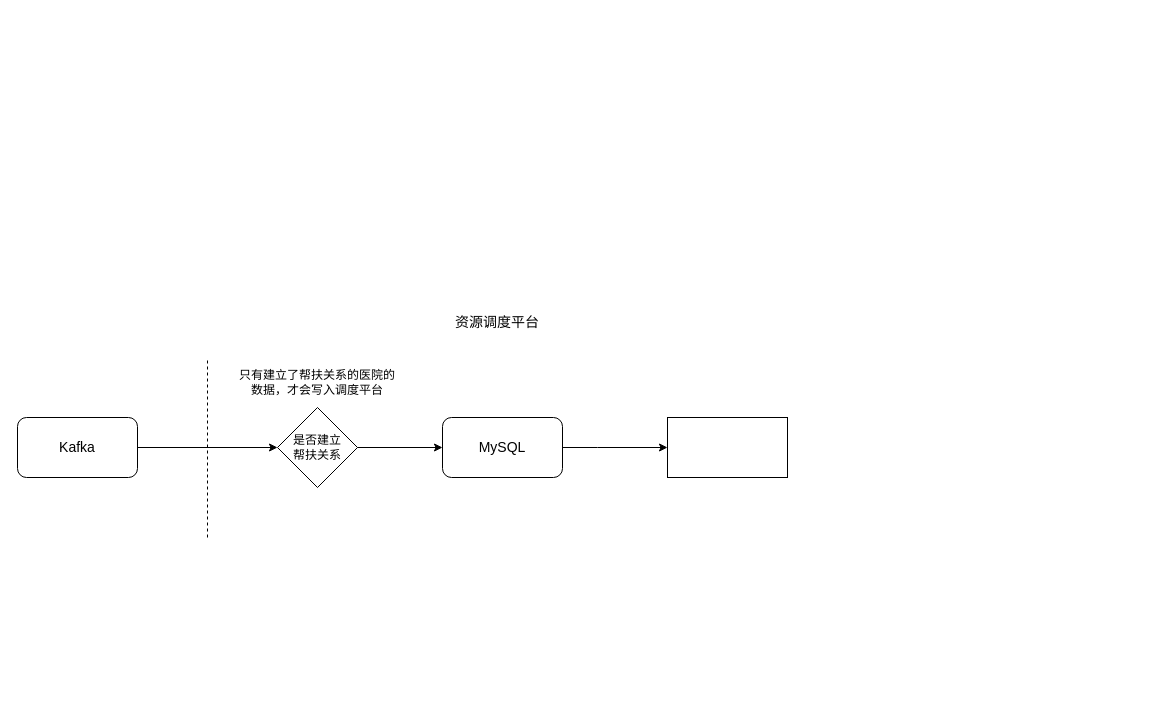
Earlier version of the draw.io diagram draw/未命名绘图.drawio (upsideDownBird/saul). Source tidied: cells renumbered, new cells numbered last; positions are measured from the earlier drawing's top-left corner, leaving out a move shared by most shapes. Both pictures are drawn from the tidied source at 100%, with x=0, y=0 at pixel (17, 307).
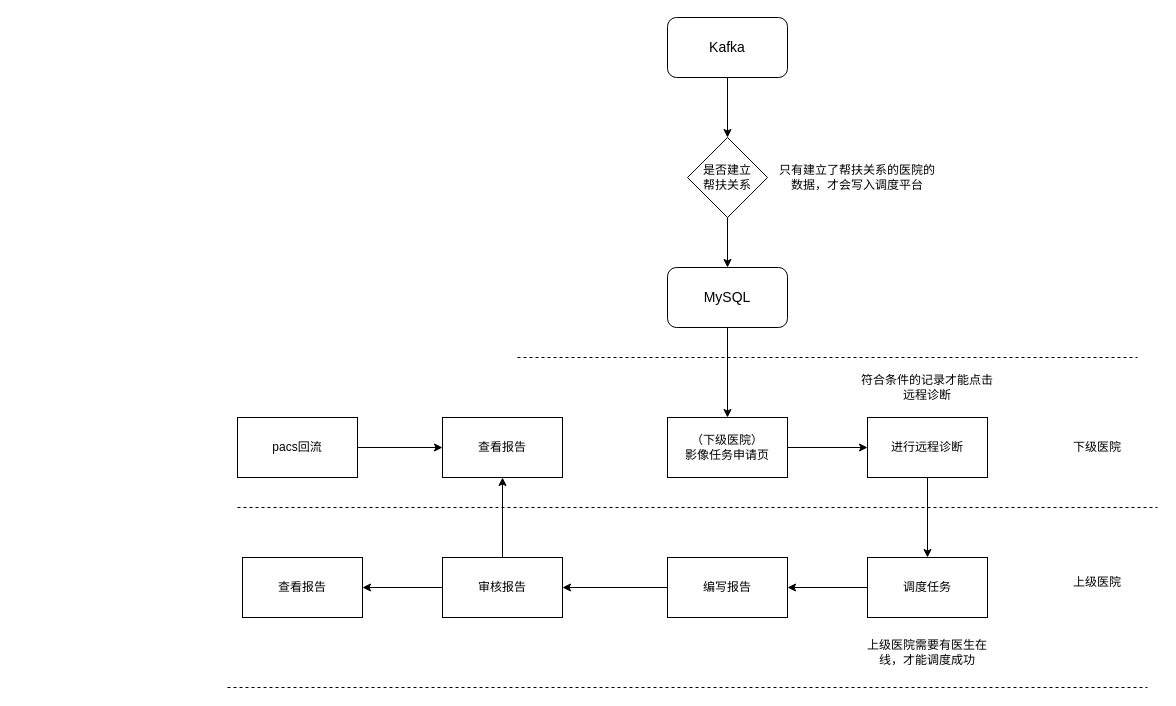
After the change.

Commit message:
更新未命名绘图.drawio

Change to the diagram source:
```diff
@@
-    <mxCell id="2" style="edgeStyle=orthogonalEdgeStyle;rounded=0;jettySize=auto;html=1;entryX=0;entryY=0.5;entryDx=0;entryDy=0;" parent="1" edge="1" source="3" target="7">
+    <mxCell id="2" style="edgeStyle=orthogonalEdgeStyle;rounded=0;jettySize=auto;html=1;" parent="1" edge="1" source="3" target="7">
       <mxGeometry relative="1" as="geometry" />
     </mxCell>
     <mxCell id="3" value="Kafka" style="rounded=1;whiteSpace=wrap;html=1;fontSize=14;" parent="1" vertex="1">
-      <mxGeometry y="110" width="120" height="60" as="geometry" />
+      <mxGeometry x="650" y="-290" width="120" height="60" as="geometry" />
     </mxCell>
+    <mxCell id="11" style="edgeStyle=orthogonalEdgeStyle;rounded=0;jettySize=auto;html=1;" parent="1" edge="1" source="4" target="10">
+      <mxGeometry relative="1" as="geometry" />
+    </mxCell>
     <mxCell id="4" value="MySQL" style="rounded=1;whiteSpace=wrap;html=1;fontSize=14;" parent="1" vertex="1">
-      <mxGeometry x="425" y="110" width="120" height="60" as="geometry" />
+      <mxGeometry x="650" y="-40" width="120" height="60" as="geometry" />
     </mxCell>
     <mxCell id="5" style="endArrow=none;dashed=1;html=1;rounded=0;" parent="1" edge="1">
       <mxGeometry relative="1" as="geometry">
-        <mxPoint x="190" y="230" as="sourcePoint" />
-        <mxPoint x="190" y="50" as="targetPoint" />
+        <mxPoint x="500" y="50" as="sourcePoint" />
+        <mxPoint x="1120" y="50" as="targetPoint" />
       </mxGeometry>
     </mxCell>
-    <mxCell id="6" value="资源调度平台" style="text;html=1;strokeColor=none;fillColor=none;align=center;verticalAlign=middle;whiteSpace=wrap;rounded=0;fontSize=14;" parent="1" vertex="1">
-      <mxGeometry x="425" width="110" height="30" as="geometry" />
-    </mxCell>
     <mxCell id="7" value="是否建立&lt;br&gt;帮扶关系" style="rhombus;whiteSpace=wrap;html=1;" parent="1" vertex="1">
-      <mxGeometry x="260" y="100" width="80" height="80" as="geometry" />
+      <mxGeometry x="670" y="-170" width="80" height="80" as="geometry" />
     </mxCell>
     <mxCell id="8" value="只有建立了帮扶关系的医院的数据，才会写入调度平台" style="text;html=1;strokeColor=none;fillColor=none;align=center;verticalAlign=middle;whiteSpace=wrap;rounded=0;" parent="1" vertex="1">
-      <mxGeometry x="220" y="60" width="160" height="30" as="geometry" />
+      <mxGeometry x="760" y="-145" width="160" height="30" as="geometry" />
     </mxCell>
-    <mxCell id="9" style="endArrow=classic;html=1;rounded=0;exitX=1;exitY=0.5;exitDx=0;exitDy=0;entryX=0;entryY=0.5;entryDx=0;entryDy=0;" parent="1" edge="1" source="7" target="4">
+    <mxCell id="9" style="endArrow=classic;html=1;rounded=0;exitX=0.5;exitY=1;exitDx=0;exitDy=0;entryX=0.5;entryY=0;entryDx=0;entryDy=0;" parent="1" edge="1" source="7" target="4">
       <mxGeometry relative="1" as="geometry" />
     </mxCell>
+    <mxCell id="12" style="edgeStyle=orthogonalEdgeStyle;rounded=0;jettySize=auto;html=1;" parent="1" edge="1" source="10" target="14">
+      <mxGeometry relative="1" as="geometry" />
+    </mxCell>
-    <mxCell id="10" style="rounded=0;whiteSpace=wrap;html=1;" parent="1" vertex="1">
+    <mxCell id="10" value="（下级医院）&lt;br&gt;影像任务申请页" style="rounded=0;whiteSpace=wrap;html=1;" parent="1" vertex="1">
       <mxGeometry x="650" y="110" width="120" height="60" as="geometry" />
     </mxCell>
-    <mxCell id="11" style="endArrow=classic;html=1;rounded=0;exitX=1;exitY=0.5;exitDx=0;exitDy=0;entryX=0;entryY=0.5;entryDx=0;entryDy=0;" parent="1" edge="1" source="4" target="10">
-      <mxGeometry relative="1" as="geometry">
-        <Array as="points">
-          <mxPoint x="580" y="140" />
-        </Array>
-      </mxGeometry>
-    </mxCell>
+    <mxCell id="13" style="edgeStyle=orthogonalEdgeStyle;rounded=0;jettySize=auto;html=1;" parent="1" edge="1" source="14" target="17">
+      <mxGeometry relative="1" as="geometry" />
+    </mxCell>
+    <mxCell id="14" value="进行远程诊断" style="rounded=0;whiteSpace=wrap;html=1;" parent="1" vertex="1">
+      <mxGeometry x="850" y="110" width="120" height="60" as="geometry" />
+    </mxCell>
+    <mxCell id="15" value="符合条件的记录才能点击 远程诊断" style="text;html=1;strokeColor=none;fillColor=none;align=center;verticalAlign=middle;whiteSpace=wrap;rounded=0;" parent="1" vertex="1">
+      <mxGeometry x="840" y="65" width="140" height="30" as="geometry" />
+    </mxCell>
+    <mxCell id="16" style="edgeStyle=orthogonalEdgeStyle;rounded=0;jettySize=auto;html=1;" parent="1" edge="1" source="17" target="20">
+      <mxGeometry relative="1" as="geometry" />
+    </mxCell>
+    <mxCell id="17" value="调度任务" style="rounded=0;whiteSpace=wrap;html=1;" parent="1" vertex="1">
+      <mxGeometry x="850" y="250" width="120" height="60" as="geometry" />
+    </mxCell>
+    <mxCell id="18" value="上级医院需要有医生在线，才能调度成功" style="text;html=1;strokeColor=none;fillColor=none;align=center;verticalAlign=middle;whiteSpace=wrap;rounded=0;" parent="1" vertex="1">
+      <mxGeometry x="840" y="330" width="140" height="30" as="geometry" />
+    </mxCell>
+    <mxCell id="19" style="edgeStyle=orthogonalEdgeStyle;rounded=0;jettySize=auto;html=1;" parent="1" edge="1" source="20" target="26">
+      <mxGeometry relative="1" as="geometry" />
+    </mxCell>
+    <mxCell id="20" value="编写报告" style="rounded=0;whiteSpace=wrap;html=1;" parent="1" vertex="1">
+      <mxGeometry x="650" y="250" width="120" height="60" as="geometry" />
+    </mxCell>
+    <mxCell id="21" style="endArrow=none;dashed=1;html=1;rounded=0;" parent="1" edge="1">
+      <mxGeometry relative="1" as="geometry">
+        <mxPoint x="220" y="200" as="sourcePoint" />
+        <mxPoint x="1140" y="200" as="targetPoint" />
+      </mxGeometry>
+    </mxCell>
+    <mxCell id="22" value="下级医院" style="text;html=1;strokeColor=none;fillColor=none;align=center;verticalAlign=middle;whiteSpace=wrap;rounded=0;" parent="1" vertex="1">
+      <mxGeometry x="1050" y="125" width="60" height="30" as="geometry" />
+    </mxCell>
+    <mxCell id="23" value="上级医院" style="text;html=1;strokeColor=none;fillColor=none;align=center;verticalAlign=middle;whiteSpace=wrap;rounded=0;" parent="1" vertex="1">
+      <mxGeometry x="1050" y="260" width="60" height="30" as="geometry" />
+    </mxCell>
+    <mxCell id="24" style="edgeStyle=orthogonalEdgeStyle;rounded=0;jettySize=auto;html=1;" parent="1" edge="1" source="26" target="30">
+      <mxGeometry relative="1" as="geometry" />
+    </mxCell>
+    <mxCell id="25" style="edgeStyle=orthogonalEdgeStyle;rounded=0;jettySize=auto;html=1;" parent="1" edge="1" source="26" target="31">
+      <mxGeometry relative="1" as="geometry" />
+    </mxCell>
+    <mxCell id="26" value="审核报告" style="rounded=0;whiteSpace=wrap;html=1;" parent="1" vertex="1">
+      <mxGeometry x="425" y="250" width="120" height="60" as="geometry" />
+    </mxCell>
+    <mxCell id="27" style="edgeStyle=orthogonalEdgeStyle;rounded=0;jettySize=auto;html=1;" parent="1" edge="1" source="28" target="31">
+      <mxGeometry relative="1" as="geometry" />
+    </mxCell>
+    <mxCell id="28" value="pacs回流" style="rounded=0;whiteSpace=wrap;html=1;" parent="1" vertex="1">
+      <mxGeometry x="220" y="110" width="120" height="60" as="geometry" />
+    </mxCell>
+    <mxCell id="29" style="endArrow=none;dashed=1;html=1;rounded=0;" parent="1" edge="1">
+      <mxGeometry relative="1" as="geometry">
+        <mxPoint x="210" y="380" as="sourcePoint" />
+        <mxPoint x="1130" y="380" as="targetPoint" />
+      </mxGeometry>
+    </mxCell>
+    <mxCell id="30" value="查看报告" style="rounded=0;whiteSpace=wrap;html=1;" parent="1" vertex="1">
+      <mxGeometry x="225" y="250" width="120" height="60" as="geometry" />
+    </mxCell>
+    <mxCell id="31" value="查看报告" style="rounded=0;whiteSpace=wrap;html=1;" parent="1" vertex="1">
+      <mxGeometry x="425" y="110" width="120" height="60" as="geometry" />
+    </mxCell>
```
